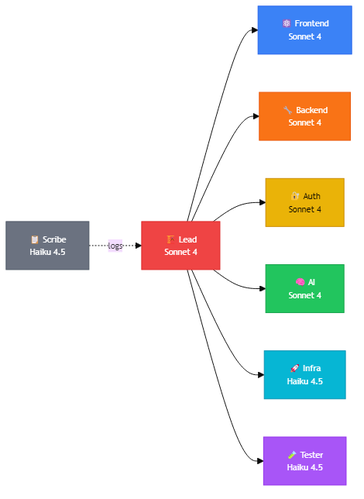
The Mermaid diagram prez/diagrams/squad-agents.png in fredgis/OfficeAddin, before a commit. Its source is kept beside it as prez/diagrams/squad-agents.mmd. Source of this version:
```mermaid
%%{init: {'theme': 'base', 'themeVariables': {'fontSize': '11px'}}}%%
graph LR
    Lead["🏗️ Lead<br/>Sonnet 4"] --> FE["⚛️ Frontend<br/>Sonnet 4"] & BE["🔧 Backend<br/>Sonnet 4"] & Auth["🔐 Auth<br/>Sonnet 4"] & AI["🧠 AI<br/>Sonnet 4"]
    Lead --> Infra["🚀 Infra<br/>Haiku 4.5"] & Test["🧪 Tester<br/>Haiku 4.5"]
    Scribe["📋 Scribe<br/>Haiku 4.5"] -.->|"logs"| Lead

    style Lead fill:#ef4444,stroke:#dc2626,color:#fff
    style FE fill:#3b82f6,stroke:#2563eb,color:#fff
    style BE fill:#f97316,stroke:#ea580c,color:#fff
    style Auth fill:#eab308,stroke:#ca8a04,color:#000
    style AI fill:#22c55e,stroke:#16a34a,color:#fff
    style Infra fill:#06b6d4,stroke:#0891b2,color:#fff
    style Test fill:#a855f7,stroke:#9333ea,color:#fff
    style Scribe fill:#6b7280,stroke:#4b5563,color:#fff
```
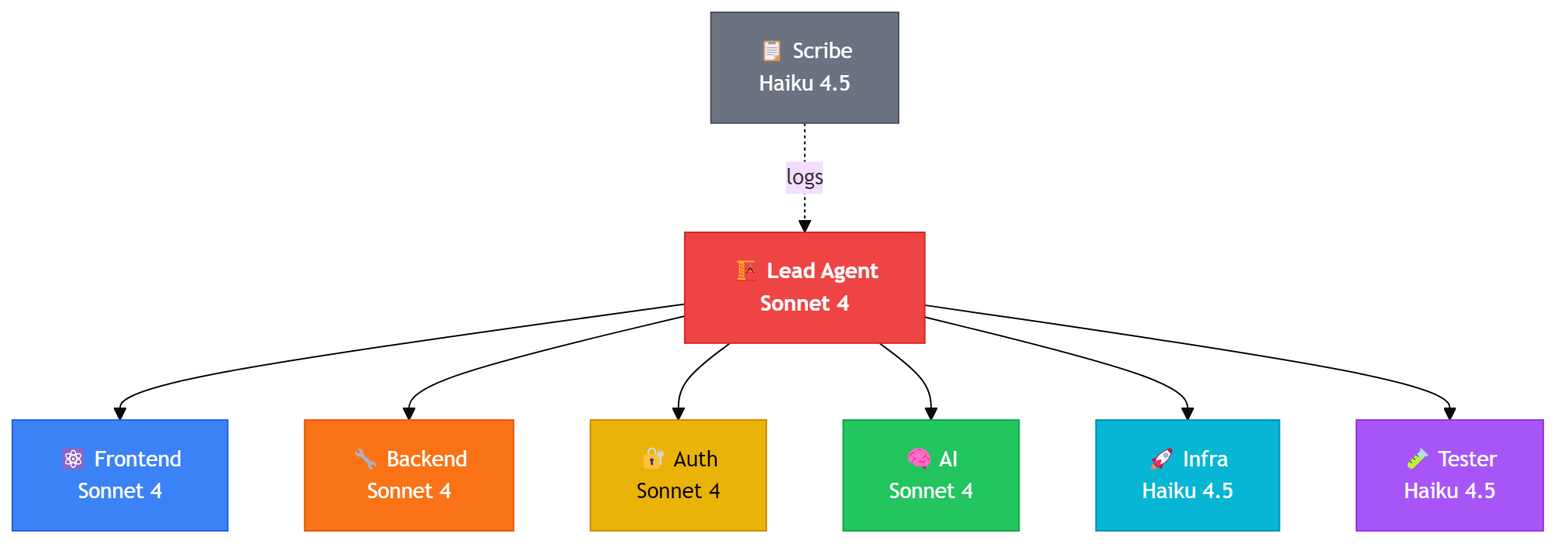
Later version of the same file.

Commit message:
fix: redesign squad diagram (TB layout) + 2x quality diagrams

The edit, as a diff of the source:
```diff
@@ -1,10 +1,14 @@
-%%{init: {'theme': 'base', 'themeVariables': {'fontSize': '11px'}}}%%
-graph LR
-    Lead["🏗️ Lead<br/>Sonnet 4"] --> FE["⚛️ Frontend<br/>Sonnet 4"] & BE["🔧 Backend<br/>Sonnet 4"] & Auth["🔐 Auth<br/>Sonnet 4"] & AI["🧠 AI<br/>Sonnet 4"]
-    Lead --> Infra["🚀 Infra<br/>Haiku 4.5"] & Test["🧪 Tester<br/>Haiku 4.5"]
-    Scribe["📋 Scribe<br/>Haiku 4.5"] -.->|"logs"| Lead
+%%{init: {'theme': 'base', 'themeVariables': {'fontSize': '14px', 'nodeSpacing': 20, 'rankSpacing': 50}}}%%
+graph TB
+    Scribe["📋 Scribe<br/>Haiku 4.5"] -.->|logs| Lead["🏗️ Lead Agent<br/>Sonnet 4"]
+    Lead --> FE["⚛️ Frontend<br/>Sonnet 4"]
+    Lead --> BE["🔧 Backend<br/>Sonnet 4"]
+    Lead --> Auth["🔐 Auth<br/>Sonnet 4"]
+    Lead --> AI["🧠 AI<br/>Sonnet 4"]
+    Lead --> Infra["🚀 Infra<br/>Haiku 4.5"]
+    Lead --> Test["🧪 Tester<br/>Haiku 4.5"]
 
-    style Lead fill:#ef4444,stroke:#dc2626,color:#fff
+    style Lead fill:#ef4444,stroke:#dc2626,color:#fff,font-weight:bold
     style FE fill:#3b82f6,stroke:#2563eb,color:#fff
     style BE fill:#f97316,stroke:#ea580c,color:#fff
     style Auth fill:#eab308,stroke:#ca8a04,color:#000
```
